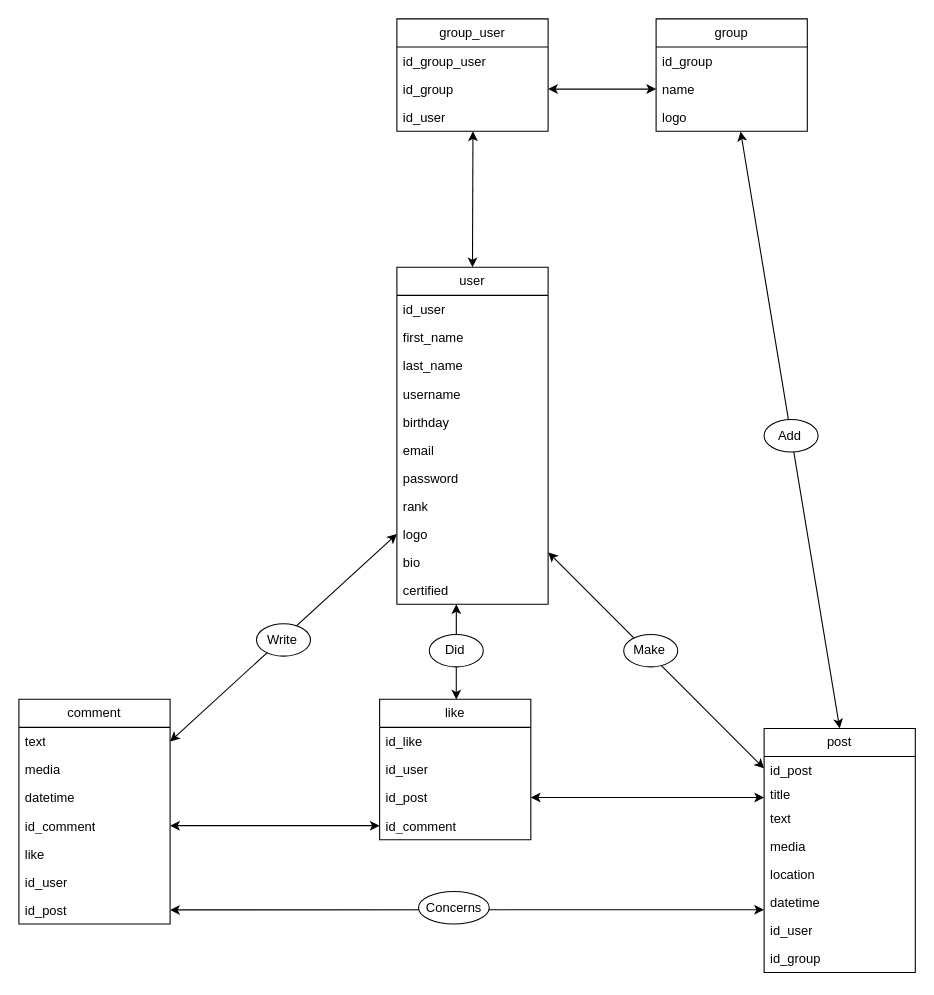
Evan-Duval/NoComment keeps this draw.io diagram as MCD_No_Comment.drawio. Above is the earlier version. Source tidied: cells renumbered, new cells numbered last; positions are measured from the earlier drawing's top-left corner, leaving out a move shared by most shapes. Both pictures are drawn from the tidied source at 108%, with x=0, y=0 at pixel (18, 18).
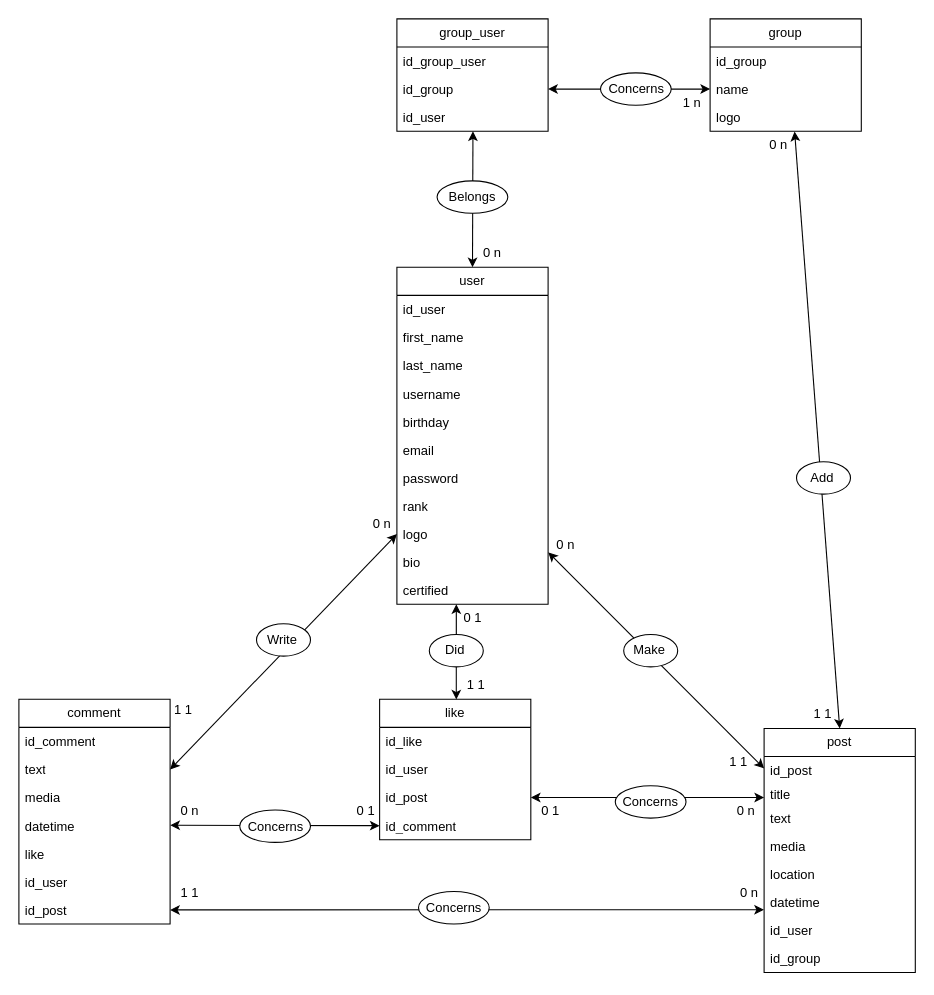
Above is the later version.

Commit message:
Mettre à jour MCD_No_Comment.drawio

Unchanged cells that the change refers to:
```xml
<mxCell id="31" value="comment" style="swimlane;fontStyle=0;horizontal=1;startSize=26;fillColor=none;whiteSpace=wrap;html=1;" parent="1" vertex="1">
  <mxGeometry y="630" width="140" height="208" as="geometry" />
</mxCell>
<mxCell id="43" value="id_comment" style="text;strokeColor=none;fillColor=none;align=left;verticalAlign=top;spacingLeft=4;spacingRight=4;overflow=hidden;points=[[0,0.5],[1,0.5]];portConstraint=eastwest;whiteSpace=wrap;html=1;" parent="39" vertex="1">
  <mxGeometry y="104" width="140" height="26" as="geometry" />
</mxCell>
```

What changed in the source:
```diff
@@
     <mxCell id="23" value="group" style="swimlane;fontStyle=0;horizontal=1;startSize=26;fillColor=none;whiteSpace=wrap;html=1;" parent="1" vertex="1">
-      <mxGeometry x="590" width="140" height="104" as="geometry" />
+      <mxGeometry x="640" width="140" height="104" as="geometry" />
     </mxCell>
@@
+    <mxCell id="35" value="id_comment" style="text;strokeColor=none;fillColor=none;align=left;verticalAlign=top;spacingLeft=4;spacingRight=4;overflow=hidden;points=[[0,0.5],[1,0.5]];portConstraint=eastwest;whiteSpace=wrap;html=1;" parent="31" vertex="1">
+      <mxGeometry y="26" width="140" height="26" as="geometry" />
+    </mxCell>
     <mxCell id="32" value="text" style="text;strokeColor=none;fillColor=none;align=left;verticalAlign=top;spacingLeft=4;spacingRight=4;overflow=hidden;points=[[0,0.5],[1,0.5]];portConstraint=eastwest;whiteSpace=wrap;html=1;" parent="31" vertex="1">
-      <mxGeometry y="26" width="140" height="26" as="geometry" />
+      <mxGeometry y="52" width="140" height="26" as="geometry" />
     </mxCell>
     <mxCell id="33" value="media" style="text;strokeColor=none;fillColor=none;align=left;verticalAlign=top;spacingLeft=4;spacingRight=4;overflow=hidden;whiteSpace=wrap;html=1;" parent="31" vertex="1">
-      <mxGeometry y="52" width="140" height="26" as="geometry" />
+      <mxGeometry y="78" width="140" height="26" as="geometry" />
     </mxCell>
     <mxCell id="34" value="datetime" style="text;strokeColor=none;fillColor=none;align=left;verticalAlign=top;spacingLeft=4;spacingRight=4;overflow=hidden;whiteSpace=wrap;html=1;" parent="31" vertex="1">
-      <mxGeometry y="78" width="140" height="26" as="geometry" />
+      <mxGeometry y="104" width="140" height="26" as="geometry" />
     </mxCell>
-    <mxCell id="35" value="id_comment" style="text;strokeColor=none;fillColor=none;align=left;verticalAlign=top;spacingLeft=4;spacingRight=4;overflow=hidden;points=[[0,0.5],[1,0.5]];portConstraint=eastwest;whiteSpace=wrap;html=1;" parent="31" vertex="1">
-      <mxGeometry y="104" width="140" height="26" as="geometry" />
-    </mxCell>
@@
-    <mxCell id="48" style="endArrow=classic;startArrow=classic;html=1;rounded=0;exitX=0;exitY=0.5;exitDx=0;exitDy=0;entryX=1;entryY=0.5;entryDx=0;entryDy=0;" parent="1" edge="1" source="43" target="35">
+    <mxCell id="48" style="endArrow=classic;startArrow=classic;html=1;rounded=0;exitX=0;exitY=0.5;exitDx=0;exitDy=0;entryX=0.005;entryY=0.986;entryDx=0;entryDy=0;entryPerimeter=0;" parent="1" edge="1" source="43" target="78">
       <mxGeometry relative="1" as="geometry" />
     </mxCell>
@@
     <mxCell id="57" style="ellipse;whiteSpace=wrap;html=1;" parent="1" vertex="1">
-      <mxGeometry x="690" y="371" width="50" height="30" as="geometry" />
+      <mxGeometry x="720" y="410" width="50" height="30" as="geometry" />
     </mxCell>
     <mxCell id="58" value="Add" style="text;html=1;align=center;verticalAlign=middle;whiteSpace=wrap;rounded=0;" parent="1" vertex="1">
-      <mxGeometry x="694" y="378.5" width="40" height="15" as="geometry" />
+      <mxGeometry x="724" y="417.5" width="40" height="15" as="geometry" />
     </mxCell>
@@
+    <mxCell id="63" style="ellipse;whiteSpace=wrap;html=1;" parent="1" vertex="1">
+      <mxGeometry x="204.5" y="732.5" width="65.5" height="30" as="geometry" />
+    </mxCell>
+    <mxCell id="64" value="Concerns" style="text;html=1;align=center;verticalAlign=middle;whiteSpace=wrap;rounded=0;" parent="1" vertex="1">
+      <mxGeometry x="217.5" y="740" width="40" height="15" as="geometry" />
+    </mxCell>
+    <mxCell id="65" style="ellipse;whiteSpace=wrap;html=1;" parent="1" vertex="1">
+      <mxGeometry x="552.2" y="710" width="65.5" height="30" as="geometry" />
+    </mxCell>
+    <mxCell id="66" value="Concerns" style="text;html=1;align=center;verticalAlign=middle;whiteSpace=wrap;rounded=0;" parent="1" vertex="1">
+      <mxGeometry x="565.2" y="717.5" width="40" height="15" as="geometry" />
+    </mxCell>
+    <mxCell id="67" style="ellipse;whiteSpace=wrap;html=1;" parent="1" vertex="1">
+      <mxGeometry x="387.2" y="150" width="65.5" height="30" as="geometry" />
+    </mxCell>
+    <mxCell id="68" value="Belongs" style="text;html=1;align=center;verticalAlign=middle;whiteSpace=wrap;rounded=0;" parent="1" vertex="1">
+      <mxGeometry x="400.2" y="157.5" width="40" height="15" as="geometry" />
+    </mxCell>
+    <mxCell id="69" style="ellipse;whiteSpace=wrap;html=1;" parent="1" vertex="1">
+      <mxGeometry x="538.5" y="50" width="65.5" height="30" as="geometry" />
+    </mxCell>
+    <mxCell id="70" value="Concerns" style="text;html=1;align=center;verticalAlign=middle;whiteSpace=wrap;rounded=0;" parent="1" vertex="1">
+      <mxGeometry x="551.5" y="57.5" width="40" height="15" as="geometry" />
+    </mxCell>
+    <mxCell id="71" value="0 n" style="text;html=1;align=center;verticalAlign=middle;strokeColor=none;fillColor=none;" parent="1" vertex="1">
+      <mxGeometry x="420" y="204" width="35" height="26" as="geometry" />
+    </mxCell>
+    <mxCell id="72" value="1 n" style="text;html=1;align=center;verticalAlign=middle;strokeColor=none;fillColor=none;" parent="1" vertex="1">
+      <mxGeometry x="605.2" y="65" width="35" height="26" as="geometry" />
+    </mxCell>
+    <mxCell id="73" value="0 n" style="text;html=1;align=center;verticalAlign=middle;strokeColor=none;fillColor=none;" parent="1" vertex="1">
+      <mxGeometry x="685" y="104" width="35" height="26" as="geometry" />
+    </mxCell>
+    <mxCell id="74" value="1 1" style="text;html=1;align=center;verticalAlign=middle;strokeColor=none;fillColor=none;" parent="1" vertex="1">
+      <mxGeometry x="726.5" y="631" width="35" height="26" as="geometry" />
+    </mxCell>
+    <mxCell id="75" value="0 1" style="text;html=1;align=center;verticalAlign=middle;strokeColor=none;fillColor=none;" parent="1" vertex="1">
+      <mxGeometry x="474" y="721" width="35" height="26" as="geometry" />
+    </mxCell>
+    <mxCell id="76" value="0 1" style="text;html=1;align=center;verticalAlign=middle;strokeColor=none;fillColor=none;" parent="1" vertex="1">
+      <mxGeometry x="303" y="721" width="35" height="26" as="geometry" />
+    </mxCell>
+    <mxCell id="77" value="0 n" style="text;html=1;align=center;verticalAlign=middle;strokeColor=none;fillColor=none;" parent="1" vertex="1">
+      <mxGeometry x="655" y="721" width="35" height="26" as="geometry" />
+    </mxCell>
+    <mxCell id="78" value="0 n" style="text;html=1;align=center;verticalAlign=middle;points=[];strokeColor=none;fillColor=none;" parent="1" vertex="1">
+      <mxGeometry x="140" y="721" width="35" height="26" as="geometry" />
+    </mxCell>
+    <mxCell id="79" value="0 n" style="text;html=1;align=center;verticalAlign=middle;strokeColor=none;fillColor=none;" parent="1" vertex="1">
+      <mxGeometry x="488" y="474" width="35" height="26" as="geometry" />
+    </mxCell>
+    <mxCell id="80" value="1 1" style="text;html=1;align=center;verticalAlign=middle;strokeColor=none;fillColor=none;" parent="1" vertex="1">
+      <mxGeometry x="648" y="675" width="35" height="26" as="geometry" />
+    </mxCell>
+    <mxCell id="81" value="1 1" style="text;html=1;align=center;verticalAlign=middle;strokeColor=none;fillColor=none;" parent="1" vertex="1">
+      <mxGeometry x="140" y="797" width="35" height="26" as="geometry" />
+    </mxCell>
+    <mxCell id="82" value="0 n" style="text;html=1;align=center;verticalAlign=middle;strokeColor=none;fillColor=none;" parent="1" vertex="1">
+      <mxGeometry x="658" y="797" width="35" height="26" as="geometry" />
+    </mxCell>
+    <mxCell id="83" value="0 n" style="text;html=1;align=center;verticalAlign=middle;strokeColor=none;fillColor=none;" parent="1" vertex="1">
+      <mxGeometry x="318" y="455" width="35" height="26" as="geometry" />
+    </mxCell>
+    <mxCell id="84" value="1 1" style="text;html=1;align=center;verticalAlign=middle;strokeColor=none;fillColor=none;" parent="1" vertex="1">
+      <mxGeometry x="134" y="627" width="35" height="26" as="geometry" />
+    </mxCell>
+    <mxCell id="85" value="0 1" style="text;html=1;align=center;verticalAlign=middle;strokeColor=none;fillColor=none;" parent="1" vertex="1">
+      <mxGeometry x="402.8" y="541.5" width="35" height="26" as="geometry" />
+    </mxCell>
+    <mxCell id="86" value="1 1" style="text;html=1;align=center;verticalAlign=middle;strokeColor=none;fillColor=none;" parent="1" vertex="1">
+      <mxGeometry x="405.2" y="604" width="35" height="26" as="geometry" />
+    </mxCell>
```
